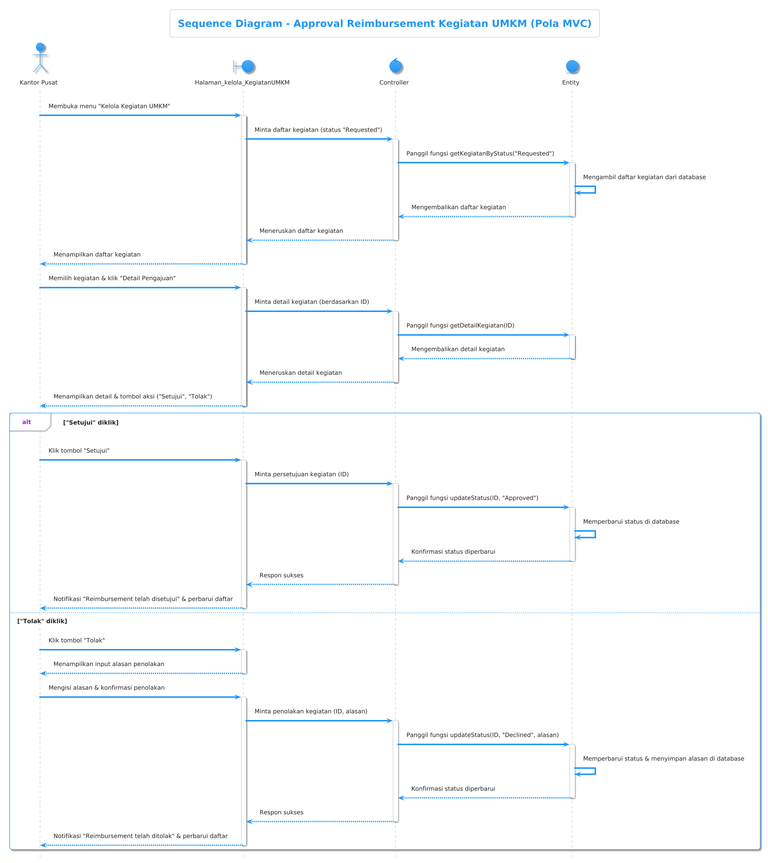
Earlier version of the PlantUML export sequence/kelola kegiatan umkm/approval reimbursement kegiatan umkm/approval.png (Mrmgnt/diagram-kp). The source it was exported from:
```plantuml
@startuml
!theme materia

title Sequence Diagram - Approval Reimbursement Kegiatan UMKM (Pola MVC)
hide footbox

actor "Kantor Pusat" as Pengguna
boundary "Halaman_kelola_KegiatanUMKM" as Halaman_kelola_KegiatanUMKM
control "Controller" as Controller
entity "Entity" as Entity

Pengguna -> Halaman_kelola_KegiatanUMKM: Membuka menu "Kelola Kegiatan UMKM"
activate Halaman_kelola_KegiatanUMKM

Halaman_kelola_KegiatanUMKM -> Controller: Minta daftar kegiatan (status "Requested")
activate Controller

Controller -> Entity: Panggil fungsi getKegiatanByStatus("Requested")
activate Entity
Entity -> Entity: Mengambil daftar kegiatan dari database
Entity --> Controller: Mengembalikan daftar kegiatan
deactivate Entity

Controller --> Halaman_kelola_KegiatanUMKM: Meneruskan daftar kegiatan
deactivate Controller

Halaman_kelola_KegiatanUMKM --> Pengguna: Menampilkan daftar kegiatan
deactivate Halaman_kelola_KegiatanUMKM

Pengguna -> Halaman_kelola_KegiatanUMKM: Memilih kegiatan & klik "Detail Pengajuan"
activate Halaman_kelola_KegiatanUMKM

Halaman_kelola_KegiatanUMKM -> Controller: Minta detail kegiatan (berdasarkan ID)
activate Controller
Controller -> Entity: Panggil fungsi getDetailKegiatan(ID)
activate Entity
Entity --> Controller: Mengembalikan detail kegiatan
deactivate Entity
Controller --> Halaman_kelola_KegiatanUMKM: Meneruskan detail kegiatan
deactivate Controller

Halaman_kelola_KegiatanUMKM --> Pengguna: Menampilkan detail & tombol aksi ("Setujui", "Tolak")
deactivate Halaman_kelola_KegiatanUMKM

alt "Setujui" diklik
    Pengguna -> Halaman_kelola_KegiatanUMKM: Klik tombol "Setujui"
    activate Halaman_kelola_KegiatanUMKM
    Halaman_kelola_KegiatanUMKM -> Controller: Minta persetujuan kegiatan (ID)
    activate Controller
    Controller -> Entity: Panggil fungsi updateStatus(ID, "Approved")
    activate Entity
    Entity -> Entity: Memperbarui status di database
    Entity --> Controller: Konfirmasi status diperbarui
    deactivate Entity
    Controller --> Halaman_kelola_KegiatanUMKM: Respon sukses
    deactivate Controller
    Halaman_kelola_KegiatanUMKM --> Pengguna: Notifikasi "Reimbursement telah disetujui" & perbarui daftar
    deactivate Halaman_kelola_KegiatanUMKM
else "Tolak" diklik
    Pengguna -> Halaman_kelola_KegiatanUMKM: Klik tombol "Tolak"
    activate Halaman_kelola_KegiatanUMKM
    Halaman_kelola_KegiatanUMKM --> Pengguna: Menampilkan input alasan penolakan
    deactivate Halaman_kelola_KegiatanUMKM

    Pengguna -> Halaman_kelola_KegiatanUMKM: Mengisi alasan & konfirmasi penolakan
    activate Halaman_kelola_KegiatanUMKM
    Halaman_kelola_KegiatanUMKM -> Controller: Minta penolakan kegiatan (ID, alasan)
    activate Controller
    Controller -> Entity: Panggil fungsi updateStatus(ID, "Declined", alasan)
    activate Entity
    Entity -> Entity: Memperbarui status & menyimpan alasan di database
    Entity --> Controller: Konfirmasi status diperbarui
    deactivate Entity
    Controller --> Halaman_kelola_KegiatanUMKM: Respon sukses
    deactivate Controller
    Halaman_kelola_KegiatanUMKM --> Pengguna: Notifikasi "Reimbursement telah ditolak" & perbarui daftar
    deactivate Halaman_kelola_KegiatanUMKM
end
@enduml
```
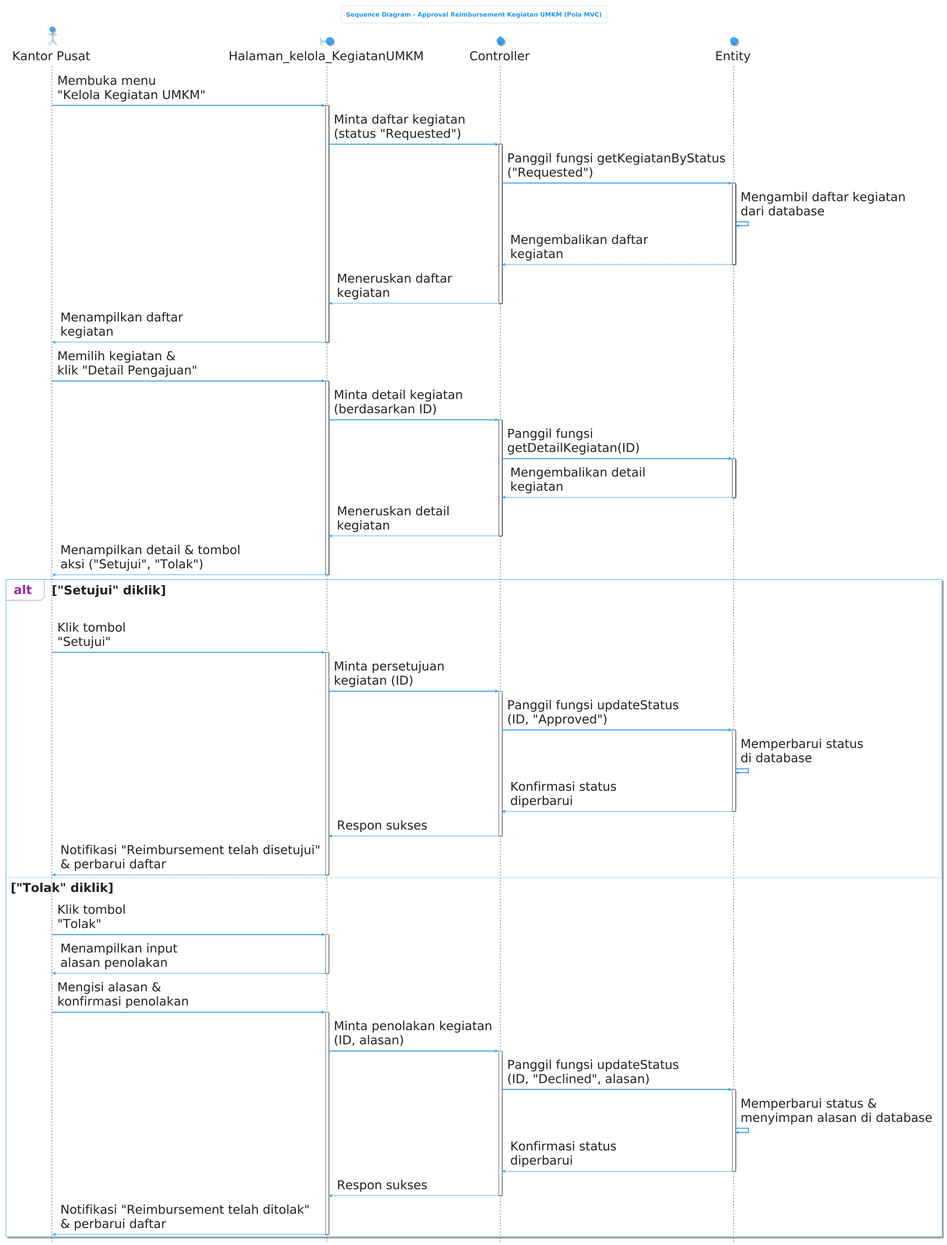
After the change.

The edit, as a diff of the source:
```diff
@@ -1,5 +1,16 @@
 @startuml
 !theme materia
+skinparam defaultFontSize 40
+scale max 1920 width
+skinparam defaultFontSize 40
+skinparam ParticipantPadding 30
+skinparam BoxPadding 40
+skinparam ActorPadding 20
+skinparam ActorFontSize 40
+skinparam ParticipantFontSize 40
+skinparam SequenceParticipantBorderThickness 2
+skinparam SequenceLifeLineBorderColor Black
+skinparam SequenceLifeLineBorderThickness 2
 
 title Sequence Diagram - Approval Reimbursement Kegiatan UMKM (Pola MVC)
 hide footbox
@@ -9,71 +20,71 @@
 control "Controller" as Controller
 entity "Entity" as Entity
 
-Pengguna -> Halaman_kelola_KegiatanUMKM: Membuka menu "Kelola Kegiatan UMKM"
+Pengguna -> Halaman_kelola_KegiatanUMKM: Membuka menu\n"Kelola Kegiatan UMKM"
 activate Halaman_kelola_KegiatanUMKM
 
-Halaman_kelola_KegiatanUMKM -> Controller: Minta daftar kegiatan (status "Requested")
+Halaman_kelola_KegiatanUMKM -> Controller: Minta daftar kegiatan\n(status "Requested")
 activate Controller
 
-Controller -> Entity: Panggil fungsi getKegiatanByStatus("Requested")
+Controller -> Entity: Panggil fungsi getKegiatanByStatus\n("Requested")
 activate Entity
-Entity -> Entity: Mengambil daftar kegiatan dari database
-Entity --> Controller: Mengembalikan daftar kegiatan
+Entity -> Entity: Mengambil daftar kegiatan\ndari database
+Entity --> Controller: Mengembalikan daftar\nkegiatan
 deactivate Entity
 
-Controller --> Halaman_kelola_KegiatanUMKM: Meneruskan daftar kegiatan
+Controller --> Halaman_kelola_KegiatanUMKM: Meneruskan daftar\nkegiatan
 deactivate Controller
 
-Halaman_kelola_KegiatanUMKM --> Pengguna: Menampilkan daftar kegiatan
+Halaman_kelola_KegiatanUMKM --> Pengguna: Menampilkan daftar\nkegiatan
 deactivate Halaman_kelola_KegiatanUMKM
 
-Pengguna -> Halaman_kelola_KegiatanUMKM: Memilih kegiatan & klik "Detail Pengajuan"
+Pengguna -> Halaman_kelola_KegiatanUMKM: Memilih kegiatan &\nklik "Detail Pengajuan"
 activate Halaman_kelola_KegiatanUMKM
 
-Halaman_kelola_KegiatanUMKM -> Controller: Minta detail kegiatan (berdasarkan ID)
+Halaman_kelola_KegiatanUMKM -> Controller: Minta detail kegiatan\n(berdasarkan ID)
 activate Controller
-Controller -> Entity: Panggil fungsi getDetailKegiatan(ID)
+Controller -> Entity: Panggil fungsi\ngetDetailKegiatan(ID)
 activate Entity
-Entity --> Controller: Mengembalikan detail kegiatan
+Entity --> Controller: Mengembalikan detail\nkegiatan
 deactivate Entity
-Controller --> Halaman_kelola_KegiatanUMKM: Meneruskan detail kegiatan
+Controller --> Halaman_kelola_KegiatanUMKM: Meneruskan detail\nkegiatan
 deactivate Controller
 
-Halaman_kelola_KegiatanUMKM --> Pengguna: Menampilkan detail & tombol aksi ("Setujui", "Tolak")
+Halaman_kelola_KegiatanUMKM --> Pengguna: Menampilkan detail & tombol\naksi ("Setujui", "Tolak")
 deactivate Halaman_kelola_KegiatanUMKM
 
 alt "Setujui" diklik
-    Pengguna -> Halaman_kelola_KegiatanUMKM: Klik tombol "Setujui"
+    Pengguna -> Halaman_kelola_KegiatanUMKM: Klik tombol\n"Setujui"
     activate Halaman_kelola_KegiatanUMKM
-    Halaman_kelola_KegiatanUMKM -> Controller: Minta persetujuan kegiatan (ID)
+    Halaman_kelola_KegiatanUMKM -> Controller: Minta persetujuan\nkegiatan (ID)
     activate Controller
-    Controller -> Entity: Panggil fungsi updateStatus(ID, "Approved")
+    Controller -> Entity: Panggil fungsi updateStatus\n(ID, "Approved")
     activate Entity
-    Entity -> Entity: Memperbarui status di database
-    Entity --> Controller: Konfirmasi status diperbarui
+    Entity -> Entity: Memperbarui status\ndi database
+    Entity --> Controller: Konfirmasi status\ndiperbarui
     deactivate Entity
     Controller --> Halaman_kelola_KegiatanUMKM: Respon sukses
     deactivate Controller
-    Halaman_kelola_KegiatanUMKM --> Pengguna: Notifikasi "Reimbursement telah disetujui" & perbarui daftar
+    Halaman_kelola_KegiatanUMKM --> Pengguna: Notifikasi "Reimbursement telah disetujui"\n& perbarui daftar
     deactivate Halaman_kelola_KegiatanUMKM
 else "Tolak" diklik
-    Pengguna -> Halaman_kelola_KegiatanUMKM: Klik tombol "Tolak"
+    Pengguna -> Halaman_kelola_KegiatanUMKM: Klik tombol\n"Tolak"
     activate Halaman_kelola_KegiatanUMKM
-    Halaman_kelola_KegiatanUMKM --> Pengguna: Menampilkan input alasan penolakan
+    Halaman_kelola_KegiatanUMKM --> Pengguna: Menampilkan input\nalasan penolakan
     deactivate Halaman_kelola_KegiatanUMKM
 
-    Pengguna -> Halaman_kelola_KegiatanUMKM: Mengisi alasan & konfirmasi penolakan
+    Pengguna -> Halaman_kelola_KegiatanUMKM: Mengisi alasan &\nkonfirmasi penolakan
     activate Halaman_kelola_KegiatanUMKM
-    Halaman_kelola_KegiatanUMKM -> Controller: Minta penolakan kegiatan (ID, alasan)
+    Halaman_kelola_KegiatanUMKM -> Controller: Minta penolakan kegiatan\n(ID, alasan)
     activate Controller
-    Controller -> Entity: Panggil fungsi updateStatus(ID, "Declined", alasan)
+    Controller -> Entity: Panggil fungsi updateStatus\n(ID, "Declined", alasan)
     activate Entity
-    Entity -> Entity: Memperbarui status & menyimpan alasan di database
-    Entity --> Controller: Konfirmasi status diperbarui
+    Entity -> Entity: Memperbarui status &\nmenyimpan alasan di database
+    Entity --> Controller: Konfirmasi status\ndiperbarui
     deactivate Entity
     Controller --> Halaman_kelola_KegiatanUMKM: Respon sukses
     deactivate Controller
-    Halaman_kelola_KegiatanUMKM --> Pengguna: Notifikasi "Reimbursement telah ditolak" & perbarui daftar
+    Halaman_kelola_KegiatanUMKM --> Pengguna: Notifikasi "Reimbursement telah ditolak"\n& perbarui daftar
     deactivate Halaman_kelola_KegiatanUMKM
 end
 @enduml
```
